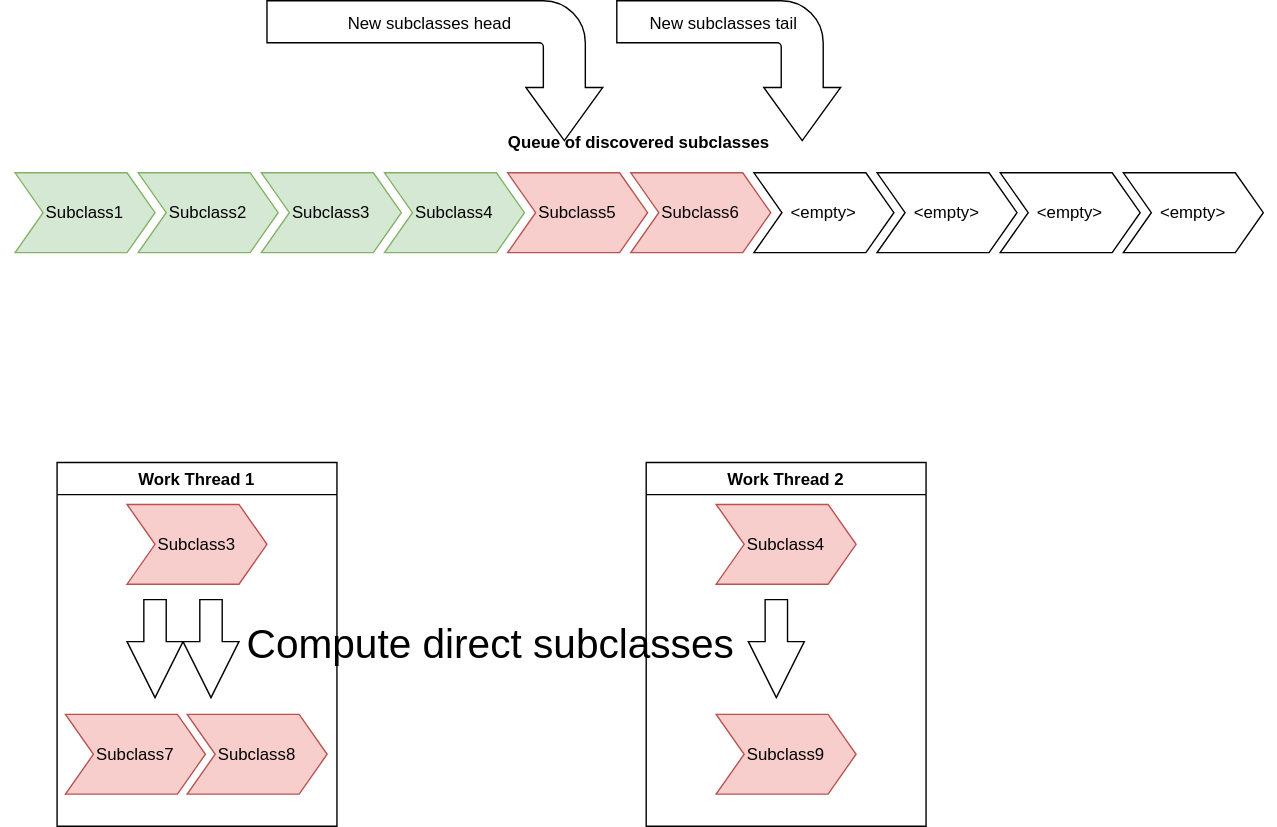
Above: assets/anim/concCollectionStep4.drawio.svg in cdracm/cdracm.github.io (draw.io), before the change. Source tidied: cells renumbered, new cells last; positions are measured from the earlier drawing's top-left corner, leaving out a move shared by most shapes.
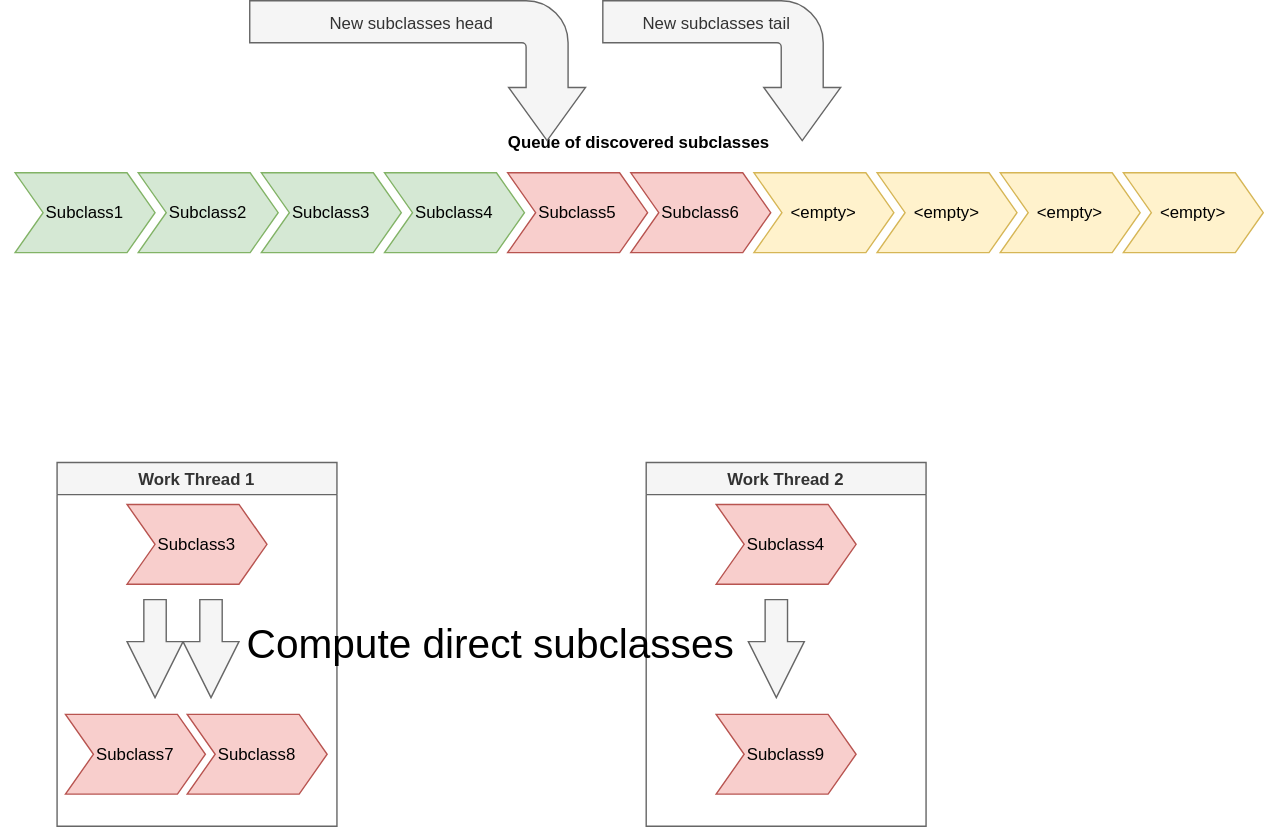
Later version of the same file.

Change to the diagram source:
```diff
@@ -2,74 +2,74 @@
   <root>
     <mxCell id="0" />
     <mxCell id="1" parent="0" />
-    <mxCell id="2" value="Queue of discovered subclasses" style="swimlane;horizontal=1;fillColor=none;strokeColor=none;stackBorder=10;align=center;whiteSpace=wrap;html=1;" parent="1" vertex="1">
+    <mxCell id="2" value="Queue of discovered subclasses" style="swimlane;horizontal=1;fillColor=none;strokeColor=none;stackBorder=10;align=center;whiteSpace=wrap;html=1;labelBackgroundColor=default;spacingBottom=0;labelPosition=center;verticalLabelPosition=middle;verticalAlign=middle;" parent="1" vertex="1">
       <mxGeometry y="160" width="912" height="100" as="geometry" />
     </mxCell>
-    <mxCell id="3" value="Subclass1" style="shape=step;perimeter=stepPerimeter;fixedSize=1;whiteSpace=wrap;html=1;fillColor=#d5e8d4;strokeColor=#82b366;" parent="2" vertex="1">
+    <mxCell id="3" value="Subclass1" style="shape=step;perimeter=stepPerimeter;fixedSize=1;whiteSpace=wrap;html=1;fillColor=#d5e8d4;strokeColor=#82b366;labelBackgroundColor=none;" parent="2" vertex="1">
       <mxGeometry x="10" y="33" width="100" height="57" as="geometry" />
     </mxCell>
-    <mxCell id="4" value="Subclass2" style="shape=step;perimeter=stepPerimeter;fixedSize=1;whiteSpace=wrap;html=1;fillColor=#d5e8d4;strokeColor=#82b366;" parent="2" vertex="1">
+    <mxCell id="4" value="Subclass2" style="shape=step;perimeter=stepPerimeter;fixedSize=1;whiteSpace=wrap;html=1;fillColor=#d5e8d4;strokeColor=#82b366;labelBackgroundColor=none;" parent="2" vertex="1">
       <mxGeometry x="98" y="33" width="100" height="57" as="geometry" />
     </mxCell>
-    <mxCell id="5" value="Subclass3" style="shape=step;perimeter=stepPerimeter;fixedSize=1;whiteSpace=wrap;html=1;fillColor=#d5e8d4;strokeColor=#82b366;" parent="2" vertex="1">
+    <mxCell id="5" value="Subclass3" style="shape=step;perimeter=stepPerimeter;fixedSize=1;whiteSpace=wrap;html=1;fillColor=#d5e8d4;strokeColor=#82b366;labelBackgroundColor=none;" parent="2" vertex="1">
       <mxGeometry x="186" y="33" width="100" height="57" as="geometry" />
     </mxCell>
-    <mxCell id="6" value="Subclass4" style="shape=step;perimeter=stepPerimeter;fixedSize=1;whiteSpace=wrap;html=1;fillColor=#d5e8d4;strokeColor=#82b366;" parent="2" vertex="1">
+    <mxCell id="6" value="Subclass4" style="shape=step;perimeter=stepPerimeter;fixedSize=1;whiteSpace=wrap;html=1;fillColor=#d5e8d4;strokeColor=#82b366;labelBackgroundColor=none;" parent="2" vertex="1">
       <mxGeometry x="274" y="33" width="100" height="57" as="geometry" />
     </mxCell>
-    <mxCell id="7" value="Subclass5" style="shape=step;perimeter=stepPerimeter;fixedSize=1;whiteSpace=wrap;html=1;fillColor=#f8cecc;strokeColor=#b85450;" parent="2" vertex="1">
+    <mxCell id="7" value="Subclass5" style="shape=step;perimeter=stepPerimeter;fixedSize=1;whiteSpace=wrap;html=1;fillColor=#f8cecc;strokeColor=#b85450;labelBackgroundColor=none;" parent="2" vertex="1">
       <mxGeometry x="362" y="33" width="100" height="57" as="geometry" />
     </mxCell>
-    <mxCell id="8" value="Subclass6" style="shape=step;perimeter=stepPerimeter;fixedSize=1;whiteSpace=wrap;html=1;fillColor=#f8cecc;strokeColor=#b85450;" parent="2" vertex="1">
+    <mxCell id="8" value="Subclass6" style="shape=step;perimeter=stepPerimeter;fixedSize=1;whiteSpace=wrap;html=1;fillColor=#f8cecc;strokeColor=#b85450;labelBackgroundColor=none;" parent="2" vertex="1">
       <mxGeometry x="450" y="33" width="100" height="57" as="geometry" />
     </mxCell>
-    <mxCell id="9" value="&amp;lt;empty&amp;gt;" style="shape=step;perimeter=stepPerimeter;fixedSize=1;whiteSpace=wrap;html=1;" parent="2" vertex="1">
-      <mxGeometry x="538" y="33" width="100" height="57" as="geometry" />
-    </mxCell>
-    <mxCell id="10" value="&amp;lt;empty&amp;gt;" style="shape=step;perimeter=stepPerimeter;fixedSize=1;whiteSpace=wrap;html=1;" parent="2" vertex="1">
-      <mxGeometry x="626" y="33" width="100" height="57" as="geometry" />
-    </mxCell>
-    <mxCell id="11" value="&amp;lt;empty&amp;gt;" style="shape=step;perimeter=stepPerimeter;fixedSize=1;whiteSpace=wrap;html=1;" parent="2" vertex="1">
-      <mxGeometry x="714" y="33" width="100" height="57" as="geometry" />
-    </mxCell>
-    <mxCell id="12" value="&amp;lt;empty&amp;gt;" style="shape=step;perimeter=stepPerimeter;fixedSize=1;whiteSpace=wrap;html=1;" parent="2" vertex="1">
-      <mxGeometry x="802" y="33" width="100" height="57" as="geometry" />
-    </mxCell>
+    <mxCell id="26" value="&amp;lt;empty&amp;gt;" style="shape=step;perimeter=stepPerimeter;fixedSize=1;whiteSpace=wrap;html=1;labelBackgroundColor=none;convertToSvg=0;fillColor=#fff2cc;strokeColor=#d6b656;" parent="2" vertex="1">
+      <mxGeometry x="538" y="33" width="100" height="57" as="geometry" />
+    </mxCell>
+    <mxCell id="27" value="&amp;lt;empty&amp;gt;" style="shape=step;perimeter=stepPerimeter;fixedSize=1;whiteSpace=wrap;html=1;labelBackgroundColor=none;fillColor=#fff2cc;strokeColor=#d6b656;" parent="2" vertex="1">
+      <mxGeometry x="626" y="33" width="100" height="57" as="geometry" />
+    </mxCell>
+    <mxCell id="28" value="&amp;lt;empty&amp;gt;" style="shape=step;perimeter=stepPerimeter;fixedSize=1;whiteSpace=wrap;html=1;labelBackgroundColor=none;fillColor=#fff2cc;strokeColor=#d6b656;" parent="2" vertex="1">
+      <mxGeometry x="714" y="33" width="100" height="57" as="geometry" />
+    </mxCell>
+    <mxCell id="29" value="&amp;lt;empty&amp;gt;" style="shape=step;perimeter=stepPerimeter;fixedSize=1;whiteSpace=wrap;html=1;labelBackgroundColor=none;fillColor=#fff2cc;strokeColor=#d6b656;" parent="2" vertex="1">
+      <mxGeometry x="802" y="33" width="100" height="57" as="geometry" />
+    </mxCell>
-    <mxCell id="13" value="New subclasses head" style="html=1;shadow=0;dashed=0;align=center;verticalAlign=middle;shape=mxgraph.arrows2.bendArrow;dy=15;dx=38;notch=0;arrowHead=55;rounded=1;rotation=90;horizontal=0;spacingRight=9;spacingBottom=66;" parent="1" vertex="1">
-      <mxGeometry x="260" width="100" height="240" as="geometry" />
+    <mxCell id="13" value="&lt;span&gt;New subclasses head&lt;/span&gt;" style="html=1;shadow=0;dashed=0;align=center;verticalAlign=middle;shape=mxgraph.arrows2.bendArrow;dy=15;dx=38;notch=0;arrowHead=55;rounded=1;rotation=90;horizontal=0;spacingRight=9;spacingBottom=66;labelBackgroundColor=none;fillStyle=solid;fillColor=#f5f5f5;fontColor=#333333;strokeColor=#666666;" parent="1" vertex="1">
+      <mxGeometry x="247.7" width="100" height="240" as="geometry" />
     </mxCell>
-    <mxCell id="14" value="New subclasses tail" style="html=1;shadow=0;dashed=0;align=center;verticalAlign=middle;shape=mxgraph.arrows2.bendArrow;dy=15;dx=38;notch=0;arrowHead=55;rounded=1;rotation=90;horizontal=0;spacingRight=9;spacingBottom=66;flipH=0;flipV=0;" parent="1" vertex="1">
-      <mxGeometry x="470" y="40" width="100" height="160" as="geometry" />
+    <mxCell id="14" value="&lt;span&gt;New subclasses tail&lt;/span&gt;" style="html=1;shadow=0;dashed=0;align=center;verticalAlign=middle;shape=mxgraph.arrows2.bendArrow;dy=15;dx=38;notch=0;arrowHead=55;rounded=1;rotation=90;horizontal=0;spacingRight=9;spacingBottom=66;flipH=0;flipV=0;labelBackgroundColor=none;fillColor=#f5f5f5;fontColor=#333333;strokeColor=#666666;fillStyle=solid;" parent="1" vertex="1">
+      <mxGeometry x="465" y="35" width="100" height="170" as="geometry" />
     </mxCell>
-    <mxCell id="15" value="Work Thread 1" style="swimlane;" parent="1" vertex="1">
+    <mxCell id="15" value="Work Thread 1" style="swimlane;labelBackgroundColor=none;swimlaneFillColor=none;fillColor=#f5f5f5;fontColor=#333333;strokeColor=#666666;" parent="1" vertex="1">
       <mxGeometry x="40" y="400" width="200" height="260" as="geometry" />
     </mxCell>
+    <mxCell id="21" value="Work Thread 2" style="swimlane;labelBackgroundColor=none;fillColor=#f5f5f5;fontColor=#333333;strokeColor=#666666;" parent="1" vertex="1">
+      <mxGeometry x="461" y="400" width="200" height="260" as="geometry" />
+    </mxCell>
-    <mxCell id="16" value="Subclass3" style="shape=step;perimeter=stepPerimeter;fixedSize=1;whiteSpace=wrap;html=1;fillColor=#f8cecc;strokeColor=#b85450;" parent="15" vertex="1">
-      <mxGeometry x="50" y="30" width="100" height="57" as="geometry" />
+    <mxCell id="16" value="Subclass3" style="shape=step;perimeter=stepPerimeter;fixedSize=1;whiteSpace=wrap;html=1;fillColor=#f8cecc;strokeColor=#b85450;" parent="1" vertex="1">
+      <mxGeometry x="90" y="430" width="100" height="57" as="geometry" />
     </mxCell>
-    <mxCell id="17" style="html=1;shadow=0;dashed=0;align=center;verticalAlign=middle;shape=mxgraph.arrows2.arrow;dy=0.6;dx=40;direction=south;notch=0;" parent="15" vertex="1">
-      <mxGeometry x="50" y="98" width="40" height="70" as="geometry" />
-    </mxCell>
-    <mxCell id="18" style="html=1;shadow=0;dashed=0;align=center;verticalAlign=middle;shape=mxgraph.arrows2.arrow;dy=0.6;dx=40;direction=south;notch=0;" parent="15" vertex="1">
-      <mxGeometry x="90" y="98" width="40" height="70" as="geometry" />
-    </mxCell>
+    <mxCell id="30" style="html=1;shadow=0;dashed=0;align=center;verticalAlign=middle;shape=mxgraph.arrows2.arrow;dy=0.6;dx=40;direction=south;notch=0;fillColor=#f5f5f5;fontColor=#333333;strokeColor=#666666;" parent="1" vertex="1">
+      <mxGeometry x="90" y="498" width="40" height="70" as="geometry" />
+    </mxCell>
+    <mxCell id="31" style="html=1;shadow=0;dashed=0;align=center;verticalAlign=middle;shape=mxgraph.arrows2.arrow;dy=0.6;dx=40;direction=south;notch=0;fillColor=#f5f5f5;fontColor=#333333;strokeColor=#666666;" parent="1" vertex="1">
+      <mxGeometry x="130" y="498" width="40" height="70" as="geometry" />
+    </mxCell>
-    <mxCell id="19" value="Subclass7" style="shape=step;perimeter=stepPerimeter;fixedSize=1;whiteSpace=wrap;html=1;fillColor=#f8cecc;strokeColor=#b85450;" parent="15" vertex="1">
-      <mxGeometry x="6" y="180" width="100" height="57" as="geometry" />
+    <mxCell id="19" value="Subclass7" style="shape=step;perimeter=stepPerimeter;fixedSize=1;whiteSpace=wrap;html=1;fillColor=#f8cecc;strokeColor=#b85450;" parent="1" vertex="1">
+      <mxGeometry x="46" y="580" width="100" height="57" as="geometry" />
     </mxCell>
-    <mxCell id="20" value="Subclass8" style="shape=step;perimeter=stepPerimeter;fixedSize=1;whiteSpace=wrap;html=1;fillColor=#f8cecc;strokeColor=#b85450;" parent="15" vertex="1">
-      <mxGeometry x="93" y="180" width="100" height="57" as="geometry" />
+    <mxCell id="20" value="Subclass8" style="shape=step;perimeter=stepPerimeter;fixedSize=1;whiteSpace=wrap;html=1;fillColor=#f8cecc;strokeColor=#b85450;" parent="1" vertex="1">
+      <mxGeometry x="133" y="580" width="100" height="57" as="geometry" />
     </mxCell>
-    <mxCell id="21" value="Work Thread 2" style="swimlane;" parent="1" vertex="1">
-      <mxGeometry x="461" y="400" width="200" height="260" as="geometry" />
-    </mxCell>
-    <mxCell id="22" value="Subclass4" style="shape=step;perimeter=stepPerimeter;fixedSize=1;whiteSpace=wrap;html=1;fillColor=#f8cecc;strokeColor=#b85450;" parent="21" vertex="1">
-      <mxGeometry x="50" y="30" width="100" height="57" as="geometry" />
+    <mxCell id="22" value="Subclass4" style="shape=step;perimeter=stepPerimeter;fixedSize=1;whiteSpace=wrap;html=1;fillColor=#f8cecc;strokeColor=#b85450;" parent="1" vertex="1">
+      <mxGeometry x="511" y="430" width="100" height="57" as="geometry" />
     </mxCell>
-    <mxCell id="23" style="html=1;shadow=0;dashed=0;align=center;verticalAlign=middle;shape=mxgraph.arrows2.arrow;dy=0.6;dx=40;direction=south;notch=0;" parent="21" vertex="1">
-      <mxGeometry x="73" y="98" width="40" height="70" as="geometry" />
-    </mxCell>
+    <mxCell id="32" style="html=1;shadow=0;dashed=0;align=center;verticalAlign=middle;shape=mxgraph.arrows2.arrow;dy=0.6;dx=40;direction=south;notch=0;fillColor=#f5f5f5;fontColor=#333333;strokeColor=#666666;" parent="1" vertex="1">
+      <mxGeometry x="534" y="498" width="40" height="70" as="geometry" />
+    </mxCell>
-    <mxCell id="24" value="Subclass9" style="shape=step;perimeter=stepPerimeter;fixedSize=1;whiteSpace=wrap;html=1;fillColor=#f8cecc;strokeColor=#b85450;" parent="21" vertex="1">
-      <mxGeometry x="50" y="180" width="100" height="57" as="geometry" />
+    <mxCell id="24" value="Subclass9" style="shape=step;perimeter=stepPerimeter;fixedSize=1;whiteSpace=wrap;html=1;fillColor=#f8cecc;strokeColor=#b85450;" parent="1" vertex="1">
+      <mxGeometry x="511" y="580" width="100" height="57" as="geometry" />
     </mxCell>
     <mxCell id="25" value="Compute direct subclasses" style="text;html=1;whiteSpace=wrap;strokeColor=none;fillColor=none;align=center;verticalAlign=middle;rounded=0;fontSize=29;" parent="1" vertex="1">
       <mxGeometry x="100" y="515" width="500" height="30" as="geometry" />
```
